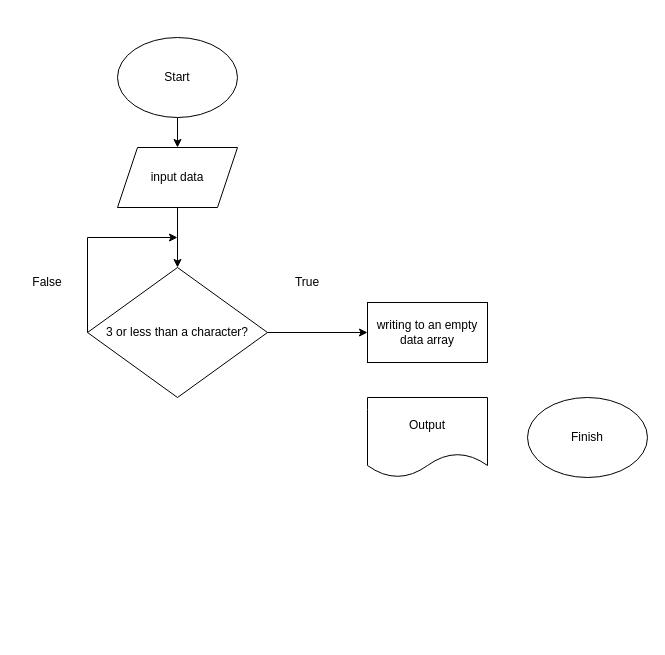
Above: algorithmFlowchart.drawio in IonovVladimir/FinalTestForTheMainBlock (draw.io), before the change. Source tidied: cells renumbered, new cells numbered last; positions are measured from the earlier drawing's top-left corner, leaving out a move shared by most shapes. Both pictures are drawn from the tidied source at 100%, with x=0, y=0 at pixel (17, 37).
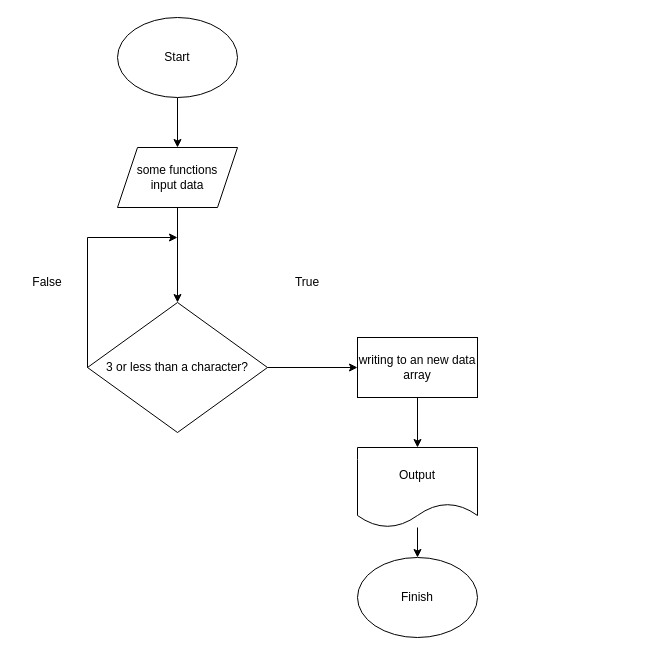
The same diagram, later.

Commit message (it also covers changes not shown here):
изменил файл algorithmFlowchart

Change to the diagram source:
```diff
@@
 <mxGraphModel>
   <root>
     <mxCell id="0" />
     <mxCell id="1" parent="0" />
     <mxCell id="2" style="edgeStyle=orthogonalEdgeStyle;rounded=0;jettySize=auto;html=1;" parent="1" edge="1" source="3" target="5">
       <mxGeometry relative="1" as="geometry" />
     </mxCell>
     <mxCell id="3" value="Start" style="ellipse;whiteSpace=wrap;html=1;" parent="1" vertex="1">
-      <mxGeometry x="100" width="120" height="80" as="geometry" />
+      <mxGeometry x="100" y="-20" width="120" height="80" as="geometry" />
     </mxCell>
     <mxCell id="4" style="edgeStyle=orthogonalEdgeStyle;rounded=0;jettySize=auto;html=1;" parent="1" edge="1" source="5" target="6">
       <mxGeometry relative="1" as="geometry" />
     </mxCell>
-    <mxCell id="5" value="input data" style="shape=parallelogram;perimeter=parallelogramPerimeter;whiteSpace=wrap;html=1;fixedSize=1;" parent="1" vertex="1">
+    <mxCell id="5" value="some functions&lt;br&gt;input data" style="shape=parallelogram;perimeter=parallelogramPerimeter;whiteSpace=wrap;html=1;fixedSize=1;" parent="1" vertex="1">
       <mxGeometry x="100" y="110" width="120" height="60" as="geometry" />
     </mxCell>
     <mxCell id="6" value="3 or less than a character?" style="rhombus;whiteSpace=wrap;html=1;" parent="1" vertex="1">
-      <mxGeometry x="70" y="230" width="180" height="130" as="geometry" />
+      <mxGeometry x="70" y="265" width="180" height="130" as="geometry" />
     </mxCell>
     <mxCell id="7" value="True&lt;br&gt;" style="text;html=1;strokeColor=none;fillColor=none;align=center;verticalAlign=middle;whiteSpace=wrap;rounded=0;" parent="1" vertex="1">
       <mxGeometry x="260" y="230" width="60" height="30" as="geometry" />
     </mxCell>
     <mxCell id="8" value="False" style="text;html=1;strokeColor=none;fillColor=none;align=center;verticalAlign=middle;whiteSpace=wrap;rounded=0;" parent="1" vertex="1">
       <mxGeometry y="230" width="60" height="30" as="geometry" />
     </mxCell>
+    <mxCell id="14" style="edgeStyle=orthogonalEdgeStyle;rounded=0;jettySize=auto;html=1;exitX=0.5;exitY=1;exitDx=0;exitDy=0;entryX=0.5;entryY=0;entryDx=0;entryDy=0;" parent="1" edge="1" source="9" target="12">
+      <mxGeometry relative="1" as="geometry" />
+    </mxCell>
-    <mxCell id="9" value="writing to an empty data array" style="rounded=0;whiteSpace=wrap;html=1;" parent="1" vertex="1">
-      <mxGeometry x="350" y="265" width="120" height="60" as="geometry" />
+    <mxCell id="9" value="writing to an new data array" style="rounded=0;whiteSpace=wrap;html=1;" parent="1" vertex="1">
+      <mxGeometry x="340" y="300" width="120" height="60" as="geometry" />
     </mxCell>
     <mxCell id="10" style="endArrow=classic;html=1;rounded=0;exitX=1;exitY=0.5;exitDx=0;exitDy=0;entryX=0;entryY=0.5;entryDx=0;entryDy=0;" parent="1" edge="1" source="6" target="9">
       <mxGeometry relative="1" as="geometry" />
     </mxCell>
     <mxCell id="11" style="endArrow=classic;html=1;rounded=0;exitX=0;exitY=0.5;exitDx=0;exitDy=0;" parent="1" edge="1" source="6">
       <mxGeometry relative="1" as="geometry">
         <mxPoint x="160" y="200" as="targetPoint" />
         <Array as="points">
           <mxPoint x="70" y="200" />
         </Array>
       </mxGeometry>
     </mxCell>
+    <mxCell id="15" style="edgeStyle=orthogonalEdgeStyle;rounded=0;jettySize=auto;html=1;entryX=0.5;entryY=0;entryDx=0;entryDy=0;" parent="1" edge="1" source="12" target="13">
+      <mxGeometry relative="1" as="geometry" />
+    </mxCell>
     <mxCell id="12" value="Output" style="shape=document;whiteSpace=wrap;html=1;boundedLbl=1;" parent="1" vertex="1">
-      <mxGeometry x="350" y="360" width="120" height="80" as="geometry" />
+      <mxGeometry x="340" y="410" width="120" height="80" as="geometry" />
     </mxCell>
     <mxCell id="13" value="Finish" style="ellipse;whiteSpace=wrap;html=1;" parent="1" vertex="1">
-      <mxGeometry x="510" y="360" width="120" height="80" as="geometry" />
+      <mxGeometry x="340" y="520" width="120" height="80" as="geometry" />
     </mxCell>
   </root>
 </mxGraphModel>
```
